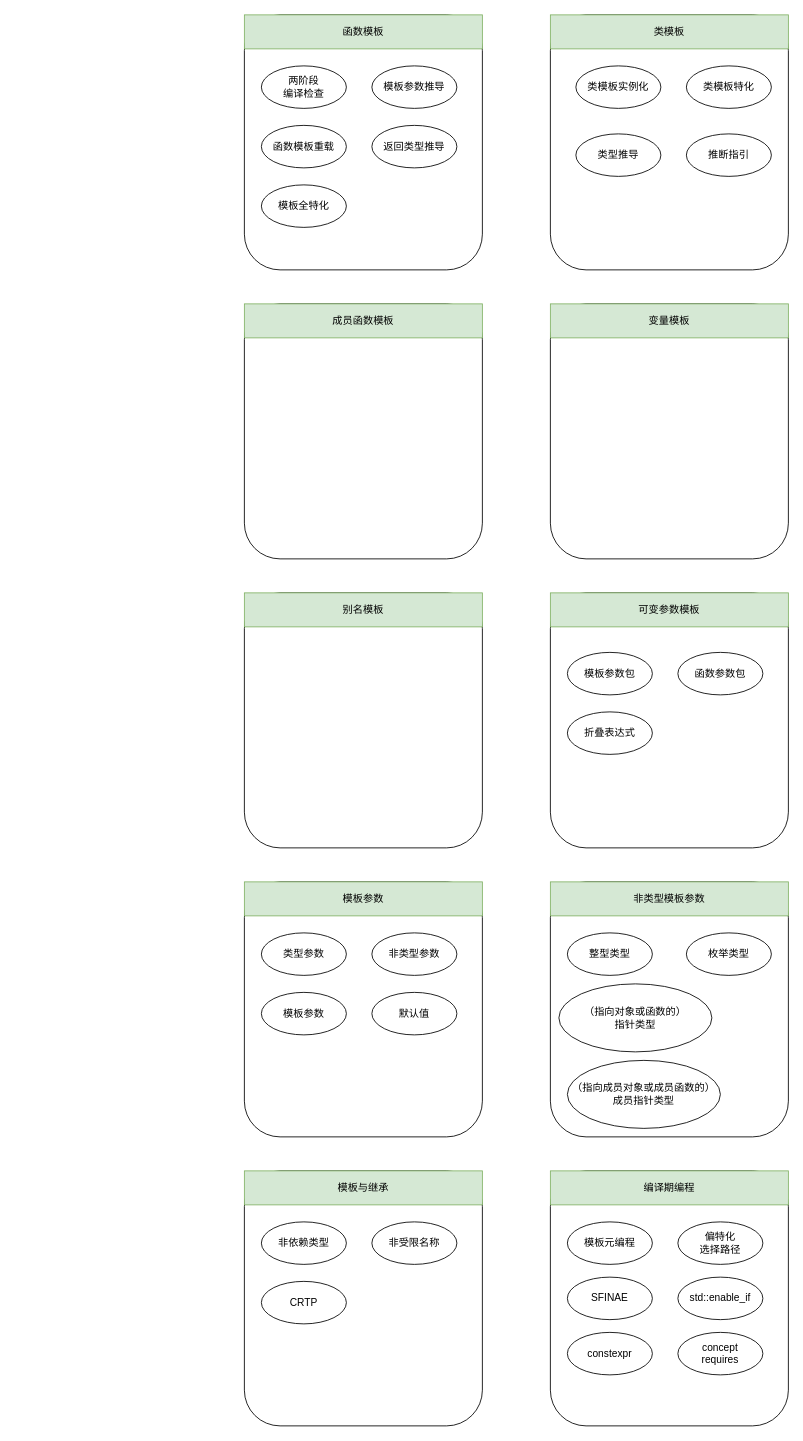
Earlier version of the draw.io diagram cplusplus_template_learning.drawio (ZiqingYip/moment). Source tidied: cells renumbered, new cells numbered last; positions are measured from the earlier drawing's top-left corner, leaving out a move shared by most shapes. Both pictures are drawn from the tidied source at 85%, with x=0, y=0 at pixel (244, 14).
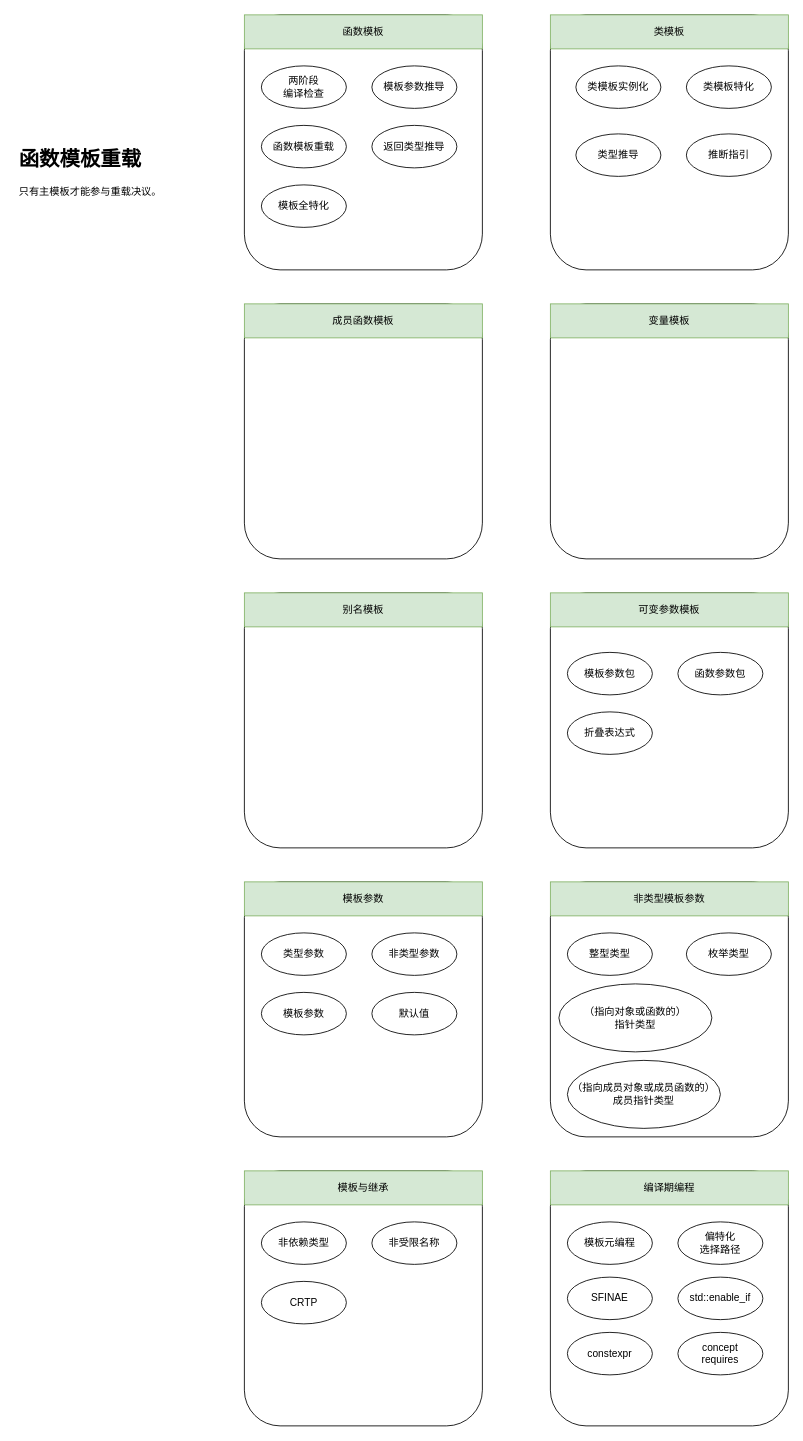
The same diagram, later.

Diff of the diagram source:
```diff
@@
+    <mxCell id="51" value="&lt;h1&gt;函数模板重载&lt;/h1&gt;&lt;p&gt;只有主模板才能参与重载决议。&lt;/p&gt;" style="text;html=1;strokeColor=none;fillColor=none;spacing=5;spacingTop=-20;whiteSpace=wrap;overflow=hidden;rounded=0;" parent="1" vertex="1">
+      <mxGeometry x="-270" y="150" width="190" height="80" as="geometry" />
+    </mxCell>
```
